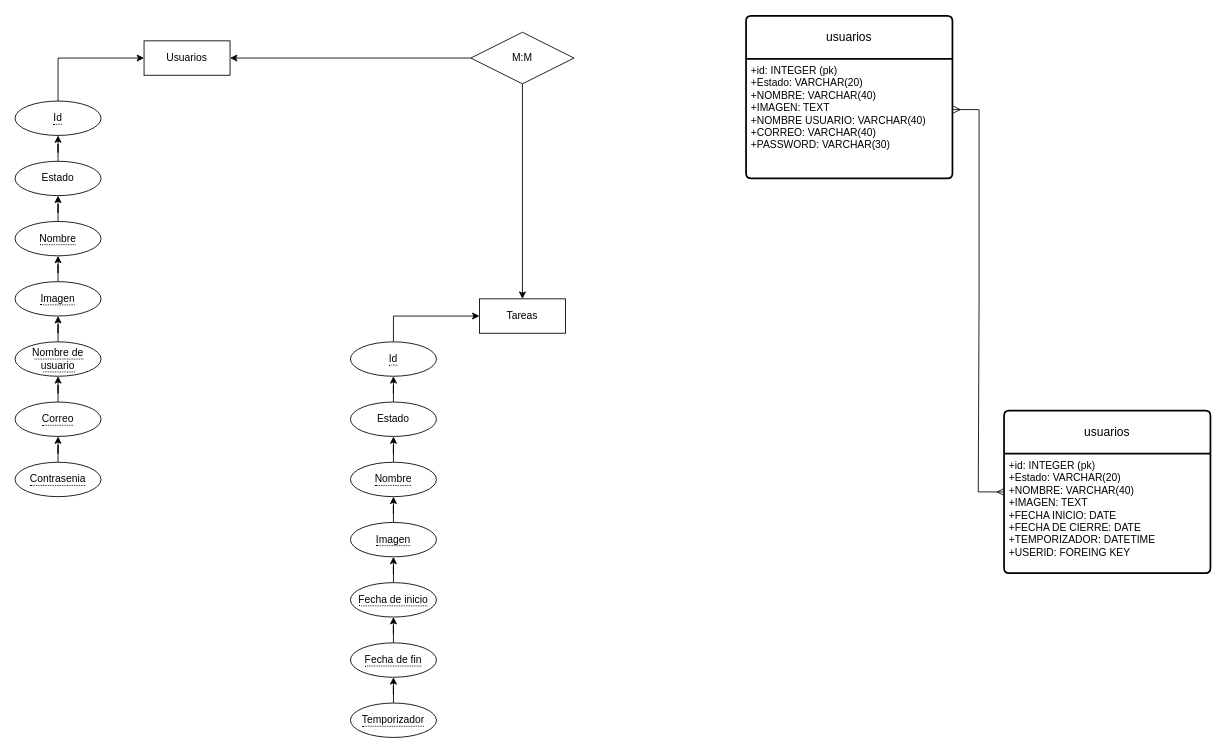
Earlier version of the draw.io diagram gestorTareas.drawio (luisferllub230/SistemaGestorTareas). Source tidied: cells renumbered, new cells numbered last; positions are measured from the earlier drawing's top-left corner, leaving out a move shared by most shapes. Both pictures are drawn from the tidied source at 86%, with x=0, y=0 at pixel (15, 15).
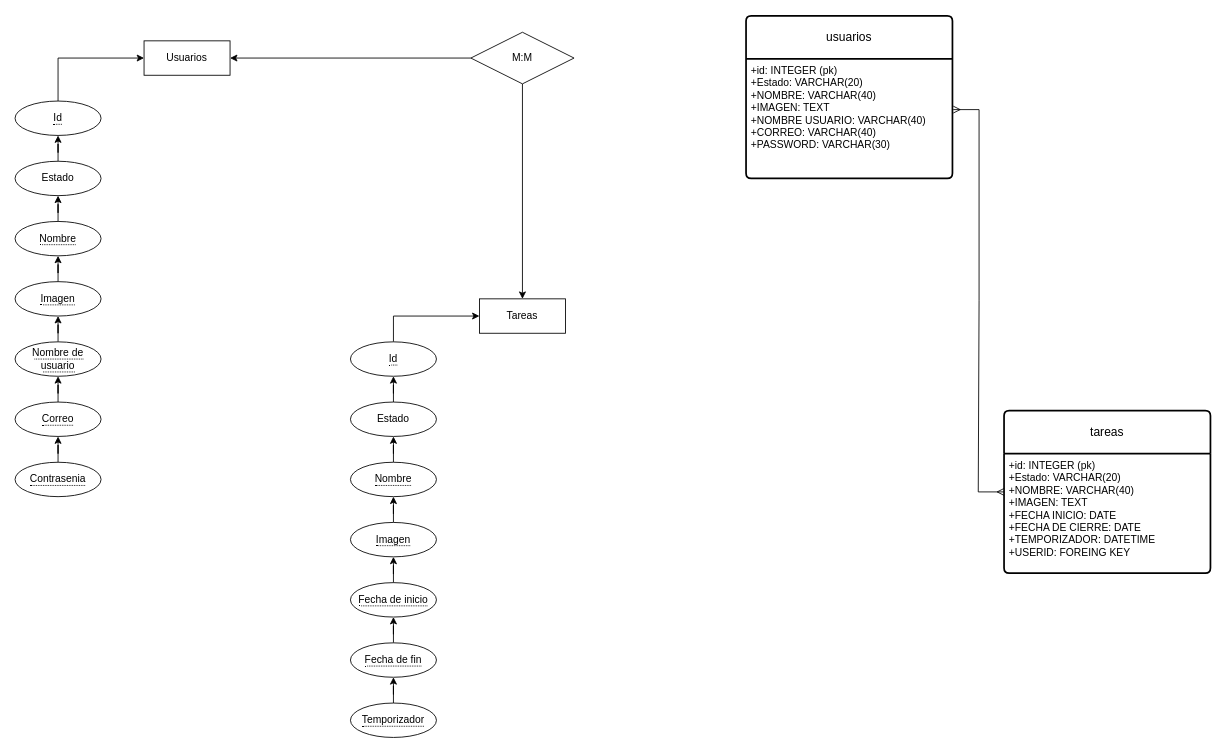
After the change.

The edit, as a diff of the source:
```diff
@@
-    <mxCell id="37" value="usuarios" style="swimlane;horizontal=1;startSize=50;rounded=1;fontSize=14;fontStyle=0;strokeWidth=2;shadow=0;dashed=0;align=center;arcSize=4;whiteSpace=wrap;html=1;" parent="1" vertex="1">
+    <mxCell id="37" value="tareas" style="swimlane;horizontal=1;startSize=50;rounded=1;fontSize=14;fontStyle=0;strokeWidth=2;shadow=0;dashed=0;align=center;arcSize=4;whiteSpace=wrap;html=1;" parent="1" vertex="1">
       <mxGeometry x="1150" y="459" width="240" height="189" as="geometry" />
     </mxCell>
```
